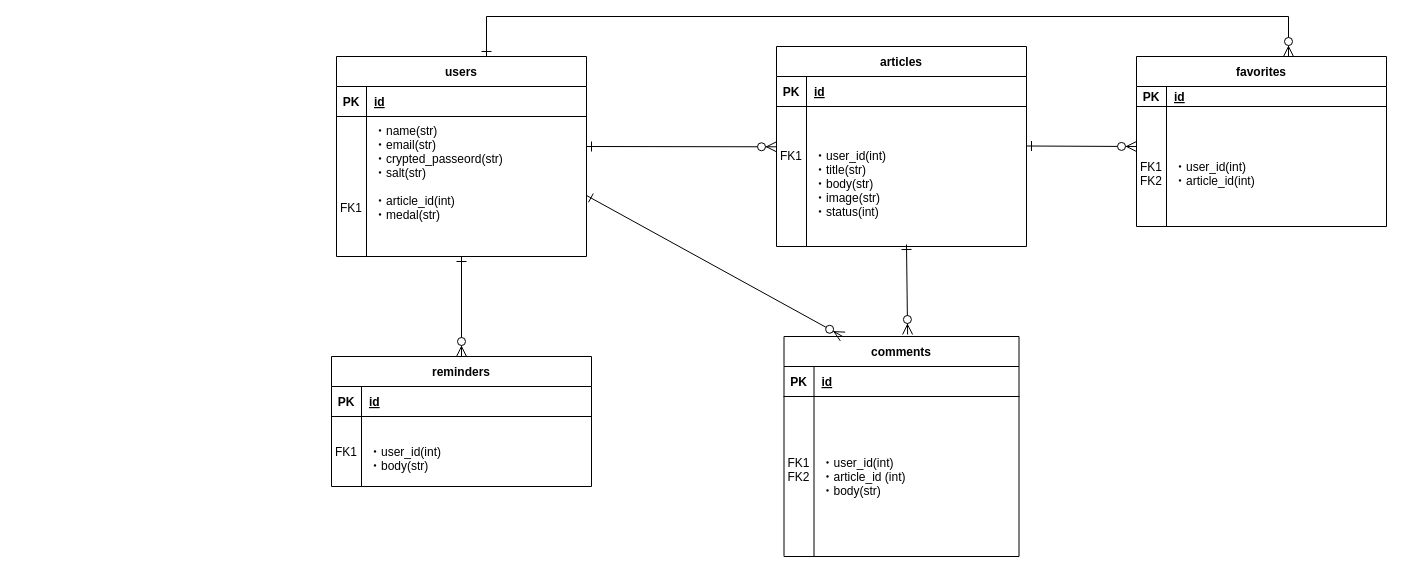
Before: 名称未設定ファイル.drawio in s17w09/Entity-Relationship-Diagram, a draw.io diagram. Source tidied: cells renumbered, new cells numbered last; positions are measured from the earlier drawing's top-left corner, leaving out a move shared by most shapes. Both pictures are drawn from the tidied source at 100%, with x=0, y=0 at pixel (331, 16).
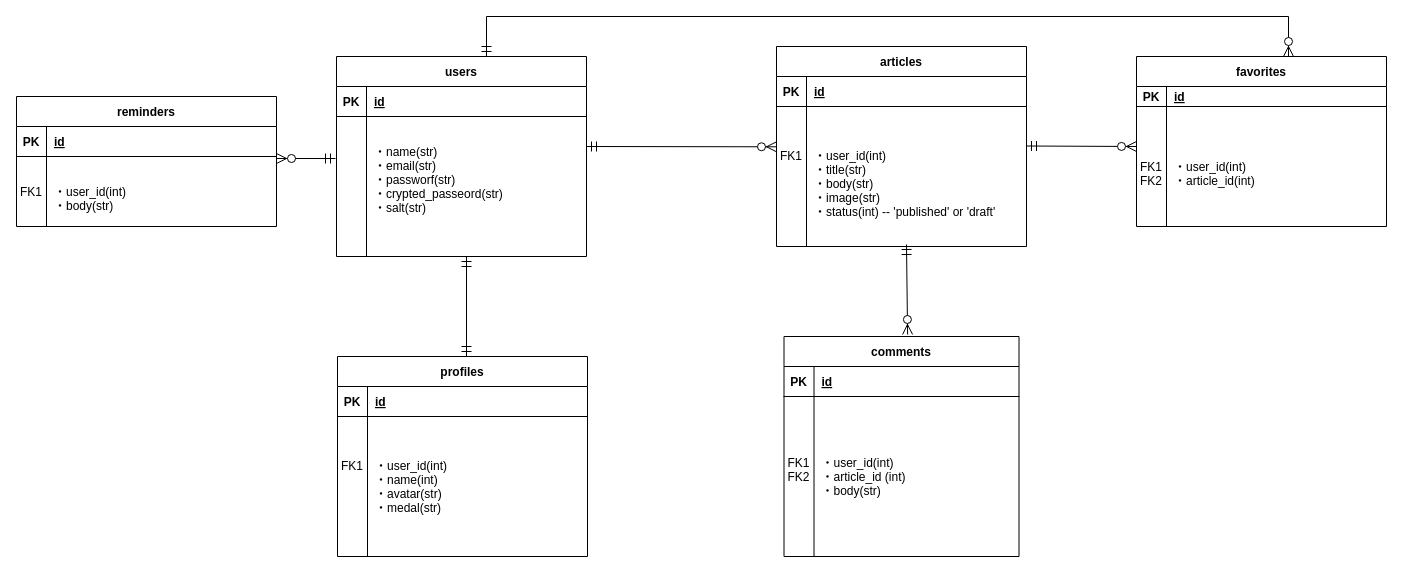
Above is the later version.

Commit message:
名称未設定ファイル.drawio を更新します

The change refers to these unchanged cells:
```xml
<mxCell id="6" style="shape=partialRectangle;fillColor=none;top=0;left=0;right=0;bottom=0;" parent="2" vertex="1">
  <mxGeometry y="60" width="250" height="140" as="geometry" />
</mxCell>
<mxCell id="13" style="shape=partialRectangle;fillColor=none;top=0;left=0;right=0;bottom=0;" parent="9" vertex="1">
  <mxGeometry y="60" width="250" height="140" as="geometry" />
</mxCell>
<mxCell id="30" value="comments" style="shape=table;startSize=30;childLayout=tableLayout;rowLines=0;fontStyle=1;align=center;" parent="1" vertex="1">
  <mxGeometry x="452.5" y="320" width="235" height="220" as="geometry" />
</mxCell>
```

Diff of the diagram source:
```diff
@@
-    <mxCell id="8" value="&#10;・user_id(int)&#10;・title(str)&#10;・body(str)&#10;・image(str)&#10;・status(int)" style="shape=partialRectangle;overflow=hidden;fillColor=none;top=0;left=0;bottom=0;right=0;align=left;spacingLeft=6;" parent="6" vertex="1">
+    <mxCell id="8" value="&#10;・user_id(int)&#10;・title(str)&#10;・body(str)&#10;・image(str)&#10;・status(int) -- 'published' or 'draft'" style="shape=partialRectangle;overflow=hidden;fillColor=none;top=0;left=0;bottom=0;right=0;align=left;spacingLeft=6;" parent="6" vertex="1">
       <mxGeometry x="30" width="220" height="140" as="geometry" />
     </mxCell>
@@
-    <mxCell id="14" value="&#10;&#10;&#10;FK1" style="shape=partialRectangle;overflow=hidden;fillColor=none;top=0;left=0;bottom=0;right=0;" parent="13" vertex="1">
+    <mxCell id="14" style="shape=partialRectangle;overflow=hidden;fillColor=none;top=0;left=0;bottom=0;right=0;" parent="13" vertex="1">
       <mxGeometry width="30" height="140" as="geometry" />
     </mxCell>
-    <mxCell id="15" value="・name(str)&#10;・email(str)&#10;・crypted_passeord(str)&#10;・salt(str)&#10;&#10;・article_id(int)&#10;・medal(str)&#10;&#10;" style="shape=partialRectangle;overflow=hidden;fillColor=none;top=0;left=0;bottom=0;right=0;align=left;spacingLeft=6;" parent="13" vertex="1">
+    <mxCell id="15" value="・name(str)&#10;・email(str)&#10;・passworf(str)&#10;・crypted_passeord(str)&#10;・salt(str)&#10;" style="shape=partialRectangle;overflow=hidden;fillColor=none;top=0;left=0;bottom=0;right=0;align=left;spacingLeft=6;" parent="13" vertex="1">
       <mxGeometry x="30" width="220" height="140" as="geometry" />
     </mxCell>
@@
     <mxCell id="23" value="reminders" style="shape=table;startSize=30;childLayout=tableLayout;rowLines=0;fontStyle=1;align=center;" parent="1" vertex="1">
-      <mxGeometry y="340" width="260" height="130" as="geometry" />
+      <mxGeometry x="-315" y="80" width="260" height="130" as="geometry" />
     </mxCell>
@@
-    <mxCell id="37" style="fontSize=12;html=1;endArrow=ERzeroToMany;startArrow=ERone;rounded=0;startSize=8;endSize=8;elbow=vertical;startFill=0;entryX=-0.008;entryY=0.591;entryDx=0;entryDy=0;entryPerimeter=0;" parent="1" edge="1">
+    <mxCell id="37" style="fontSize=12;html=1;endArrow=ERzeroToMany;startArrow=ERmandOne;rounded=0;startSize=8;endSize=8;elbow=vertical;startFill=0;entryX=-0.008;entryY=0.591;entryDx=0;entryDy=0;entryPerimeter=0;" parent="1" edge="1">
       <mxGeometry relative="1" as="geometry">
         <mxPoint x="255" y="130" as="sourcePoint" />
         <mxPoint x="445" y="130.3" as="targetPoint" />
       </mxGeometry>
     </mxCell>
-    <mxCell id="38" style="fontSize=12;html=1;endArrow=ERzeroToMany;startArrow=ERone;rounded=0;startSize=8;endSize=8;elbow=vertical;startFill=0;entryX=0.5;entryY=0;entryDx=0;entryDy=0;" parent="1" edge="1" target="23">
+    <mxCell id="38" style="fontSize=12;html=1;endArrow=ERzeroToMany;startArrow=ERmandOne;rounded=0;startSize=8;endSize=8;elbow=vertical;startFill=0;" parent="1" edge="1">
       <mxGeometry relative="1" as="geometry">
-        <mxPoint x="130" y="240" as="sourcePoint" />
+        <mxPoint x="4" y="142" as="sourcePoint" />
+        <mxPoint x="-55" y="142" as="targetPoint" />
       </mxGeometry>
     </mxCell>
-    <mxCell id="39" style="fontSize=12;html=1;endArrow=ERzeroToMany;startArrow=ERone;rounded=0;startSize=8;endSize=8;elbow=vertical;startFill=0;entryX=0.543;entryY=-0.009;entryDx=0;entryDy=0;exitX=0.536;exitY=0.986;exitDx=0;exitDy=0;entryPerimeter=0;exitPerimeter=0;" parent="1" edge="1">
+    <mxCell id="39" style="fontSize=12;html=1;endArrow=ERzeroToMany;startArrow=ERmandOne;rounded=0;startSize=8;endSize=8;elbow=vertical;startFill=0;entryX=0.543;entryY=-0.009;entryDx=0;entryDy=0;exitX=0.536;exitY=0.986;exitDx=0;exitDy=0;entryPerimeter=0;exitPerimeter=0;" parent="1" edge="1">
       <mxGeometry relative="1" as="geometry">
         <mxPoint x="575" y="228" as="sourcePoint" />
         <mxPoint x="576.1" y="318" as="targetPoint" />
       </mxGeometry>
     </mxCell>
-    <mxCell id="40" style="fontSize=12;html=1;endArrow=ERzeroToMany;startArrow=ERone;rounded=0;startSize=8;endSize=8;elbow=vertical;startFill=0;entryX=0.25;entryY=0;entryDx=0;entryDy=0;exitX=0.536;exitY=0.986;exitDx=0;exitDy=0;exitPerimeter=0;" parent="1" edge="1" target="30">
+    <mxCell id="40" style="fontSize=12;html=1;endArrow=ERmandOne;startArrow=ERmandOne;rounded=0;startSize=8;endSize=8;elbow=vertical;startFill=0;exitX=0.536;exitY=0.986;exitDx=0;exitDy=0;exitPerimeter=0;endFill=0;" parent="1" edge="1">
       <mxGeometry relative="1" as="geometry">
-        <mxPoint x="255" y="179" as="sourcePoint" />
+        <mxPoint x="135" y="240" as="sourcePoint" />
+        <mxPoint x="135" y="340" as="targetPoint" />
       </mxGeometry>
     </mxCell>
-    <mxCell id="41" style="fontSize=12;html=1;endArrow=ERzeroToMany;startArrow=ERone;rounded=0;startSize=8;endSize=8;elbow=vertical;startFill=0;" parent="1" edge="1">
+    <mxCell id="41" style="fontSize=12;html=1;endArrow=ERzeroToMany;startArrow=ERmandOne;rounded=0;startSize=8;endSize=8;elbow=vertical;startFill=0;" parent="1" edge="1">
       <mxGeometry relative="1" as="geometry">
         <mxPoint x="695" y="129.5" as="sourcePoint" />
         <mxPoint x="805" y="130" as="targetPoint" />
       </mxGeometry>
     </mxCell>
-    <mxCell id="42" style="fontSize=12;html=1;endArrow=ERzeroToMany;startArrow=ERone;rounded=0;startSize=8;endSize=8;startFill=0;edgeStyle=elbowEdgeStyle;entryX=0.472;entryY=0.006;entryDx=0;entryDy=0;entryPerimeter=0;elbow=vertical;" parent="1" edge="1">
+    <mxCell id="42" style="fontSize=12;html=1;endArrow=ERzeroToMany;startArrow=ERmandOne;rounded=0;startSize=8;endSize=8;startFill=0;edgeStyle=elbowEdgeStyle;entryX=0.472;entryY=0.006;entryDx=0;entryDy=0;entryPerimeter=0;elbow=vertical;" parent="1" edge="1">
       <mxGeometry relative="1" as="geometry">
         <mxPoint x="155" y="40" as="sourcePoint" />
         <mxPoint x="957" y="40" as="targetPoint" />
         <Array as="points">
           <mxPoint x="555" />
         </Array>
       </mxGeometry>
     </mxCell>
+    <mxCell id="43" value="profiles" style="shape=table;startSize=30;childLayout=tableLayout;rowLines=0;fontStyle=1;align=center;" parent="1" vertex="1">
+      <mxGeometry x="6" y="340" width="250" height="200" as="geometry" />
+    </mxCell>
+    <mxCell id="44" style="shape=partialRectangle;fillColor=none;top=0;left=0;right=0;bottom=1;" parent="43" vertex="1">
+      <mxGeometry y="30" width="250" height="30" as="geometry" />
+    </mxCell>
+    <mxCell id="45" value="PK" style="shape=partialRectangle;overflow=hidden;fillColor=none;top=0;left=0;bottom=0;right=0;fontStyle=1;" parent="44" vertex="1">
+      <mxGeometry width="30" height="30" as="geometry" />
+    </mxCell>
+    <mxCell id="46" value="id" style="shape=partialRectangle;overflow=hidden;fillColor=none;top=0;left=0;bottom=0;right=0;align=left;spacingLeft=6;fontStyle=5;" parent="44" vertex="1">
+      <mxGeometry x="30" width="220" height="30" as="geometry" />
+    </mxCell>
+    <mxCell id="47" style="shape=partialRectangle;fillColor=none;top=0;left=0;right=0;bottom=0;" parent="43" vertex="1">
+      <mxGeometry y="60" width="250" height="140" as="geometry" />
+    </mxCell>
+    <mxCell id="48" value="FK1&#10;&#10;&#10;" style="shape=partialRectangle;overflow=hidden;fillColor=none;top=0;left=0;bottom=0;right=0;" parent="47" vertex="1">
+      <mxGeometry width="30" height="140" as="geometry" />
+    </mxCell>
+    <mxCell id="49" value="・user_id(int)&#10;・name(int)&#10;・avatar(str)&#10;・medal(str)" style="shape=partialRectangle;overflow=hidden;fillColor=none;top=0;left=0;bottom=0;right=0;align=left;spacingLeft=6;" parent="47" vertex="1">
+      <mxGeometry x="30" width="220" height="140" as="geometry" />
+    </mxCell>
```
